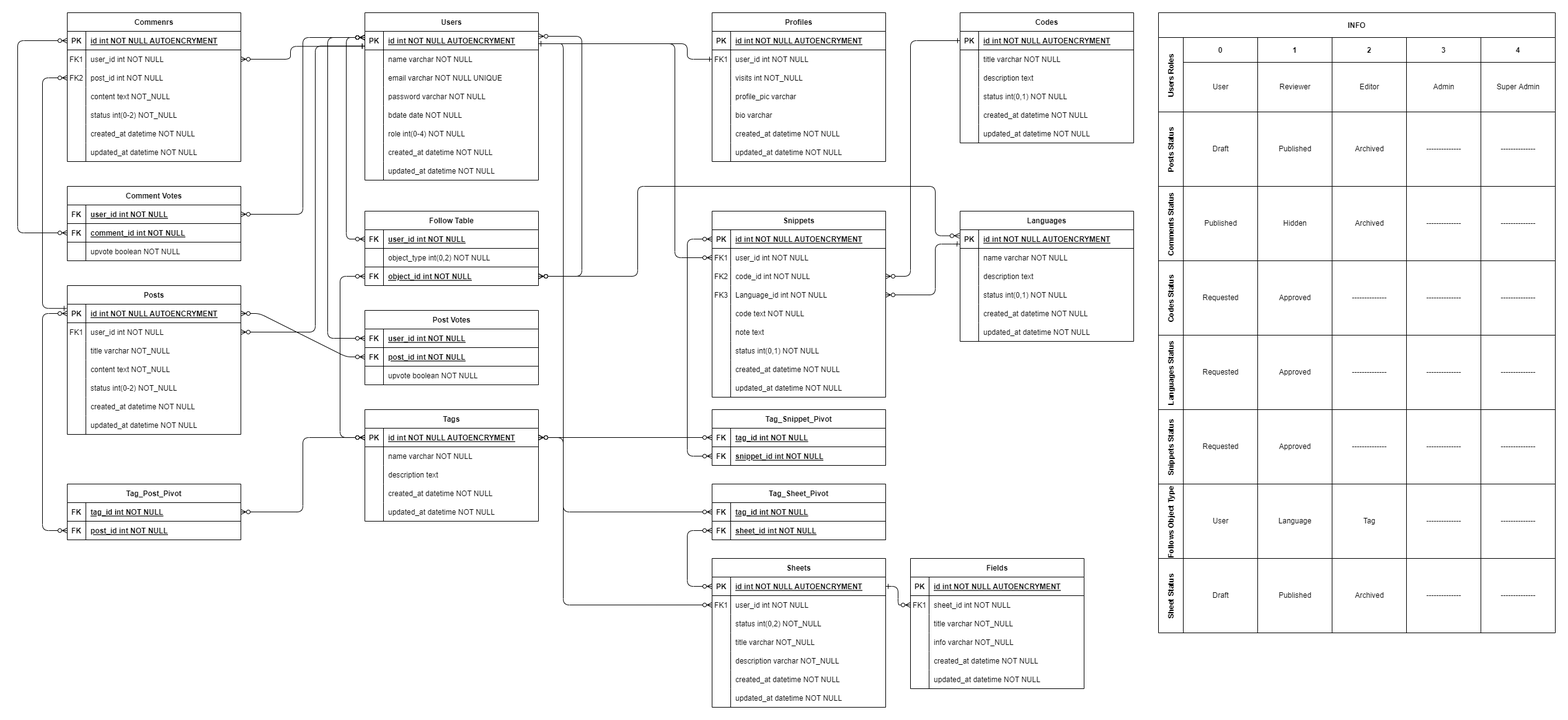
This is Discussion Files/ERD Diagram/Final ERD.png from Mahmoud217TR/grad-project, a draw.io export, as it was before one commit. Source tidied: cells renumbered, new cells last; positions are measured from the earlier drawing's top-left corner, leaving out a move shared by most shapes.
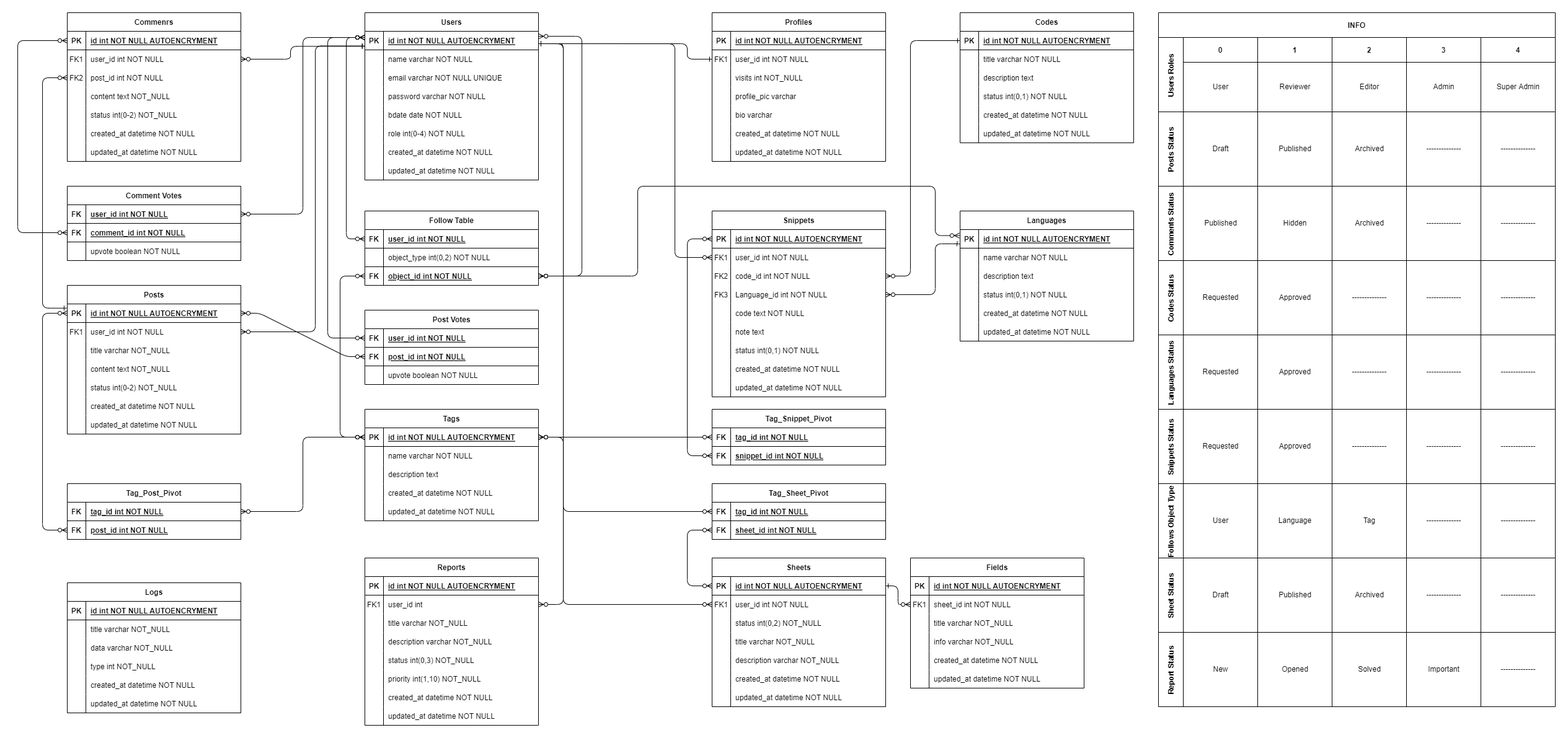
Above is the later version.

Commit message:
added reports & logs

What changed in the source:
```diff
@@ -580,7 +580,7 @@
       <mxGeometry x="30" width="250" height="30" as="geometry" />
     </mxCell>
     <mxCell id="182" value="INFO" style="shape=table;startSize=40;fontStyle=1;fontFamily=Helvetica;fontSize=12;fontColor=default;strokeColor=default;fillColor=none;" parent="1" vertex="1">
-      <mxGeometry x="1840" width="640" height="1000" as="geometry" />
+      <mxGeometry x="1840" width="640" height="1120" as="geometry" />
     </mxCell>
     <mxCell id="183" value="Users Roles" style="shape=tableRow;horizontal=0;startSize=40;swimlaneHead=0;swimlaneBody=0;top=0;left=0;bottom=0;right=0;fillColor=none;fontStyle=1;fontFamily=Helvetica;fontSize=12;fontColor=default;strokeColor=default;" parent="182" vertex="1">
       <mxGeometry y="40" width="640" height="120" as="geometry" />
@@ -846,6 +846,39 @@
     <mxCell id="270" style="swimlane;swimlaneHead=0;swimlaneBody=0;fontStyle=0;fillColor=none;startSize=0;fontStyle=1;fontFamily=Helvetica;fontSize=12;fontColor=default;strokeColor=default;" parent="260" vertex="1">
       <mxGeometry x="520" width="120" height="120" as="geometry" />
     </mxCell>
+    <mxCell id="379" value="Report Status" style="shape=tableRow;horizontal=0;startSize=40;swimlaneHead=0;swimlaneBody=0;top=0;left=0;bottom=0;right=0;fillColor=none;fontStyle=1;fontFamily=Helvetica;fontSize=12;fontColor=default;strokeColor=default;" parent="182" vertex="1">
+      <mxGeometry y="1000" width="640" height="120" as="geometry" />
+    </mxCell>
+    <mxCell id="380" style="swimlane;swimlaneHead=0;swimlaneBody=0;fontStyle=0;fillColor=none;startSize=0;fontStyle=1;fontFamily=Helvetica;fontSize=12;fontColor=default;strokeColor=default;" parent="379" vertex="1">
+      <mxGeometry x="40" width="120" height="120" as="geometry" />
+    </mxCell>
+    <mxCell id="381" style="swimlane;swimlaneHead=0;swimlaneBody=0;fontStyle=0;fillColor=none;startSize=0;fontStyle=1;fontFamily=Helvetica;fontSize=12;fontColor=default;strokeColor=default;" parent="379" vertex="1">
+      <mxGeometry x="160" width="120" height="120" as="geometry" />
+    </mxCell>
+    <mxCell id="382" value="New" style="text;html=1;align=center;verticalAlign=middle;strokeColor=none;fillColor=none;fontSize=12;fontFamily=Helvetica;fontColor=default;" parent="381" vertex="1">
+      <mxGeometry x="-80" y="50" width="40" height="20" as="geometry" />
+    </mxCell>
+    <mxCell id="383" value="Opened" style="text;html=1;align=center;verticalAlign=middle;strokeColor=none;fillColor=none;fontSize=12;fontFamily=Helvetica;fontColor=default;" parent="381" vertex="1">
+      <mxGeometry x="30" y="50" width="60" height="20" as="geometry" />
+    </mxCell>
+    <mxCell id="384" value="Solved" style="text;html=1;align=center;verticalAlign=middle;strokeColor=none;fillColor=none;fontSize=12;fontFamily=Helvetica;fontColor=default;" parent="381" vertex="1">
+      <mxGeometry x="155" y="50" width="50" height="20" as="geometry" />
+    </mxCell>
+    <mxCell id="385" value="Important" style="text;html=1;align=center;verticalAlign=middle;strokeColor=none;fillColor=none;fontSize=12;fontFamily=Helvetica;fontColor=default;" parent="381" vertex="1">
+      <mxGeometry x="265" y="50" width="70" height="20" as="geometry" />
+    </mxCell>
+    <mxCell id="386" value="--------------" style="text;html=1;align=center;verticalAlign=middle;strokeColor=none;fillColor=none;fontSize=12;fontFamily=Helvetica;fontColor=default;" parent="381" vertex="1">
+      <mxGeometry x="385" y="50" width="70" height="20" as="geometry" />
+    </mxCell>
+    <mxCell id="387" style="swimlane;swimlaneHead=0;swimlaneBody=0;fontStyle=0;fillColor=none;startSize=0;fontStyle=1;fontFamily=Helvetica;fontSize=12;fontColor=default;strokeColor=default;" parent="379" vertex="1">
+      <mxGeometry x="280" width="120" height="120" as="geometry" />
+    </mxCell>
+    <mxCell id="388" style="swimlane;swimlaneHead=0;swimlaneBody=0;fontStyle=0;fillColor=none;startSize=0;fontStyle=1;fontFamily=Helvetica;fontSize=12;fontColor=default;strokeColor=default;" parent="379" vertex="1">
+      <mxGeometry x="400" width="120" height="120" as="geometry" />
+    </mxCell>
+    <mxCell id="389" style="swimlane;swimlaneHead=0;swimlaneBody=0;fontStyle=0;fillColor=none;startSize=0;fontStyle=1;fontFamily=Helvetica;fontSize=12;fontColor=default;strokeColor=default;" parent="379" vertex="1">
+      <mxGeometry x="520" width="120" height="120" as="geometry" />
+    </mxCell>
     <mxCell id="271" value="Tag_Post_Pivot" style="shape=table;startSize=30;rowLines=0;fontStyle=1;align=center;" parent="1" vertex="1">
       <mxGeometry x="80" y="760" width="280" height="90" as="geometry" />
     </mxCell>
@@ -1237,5 +1270,146 @@
         </Array>
       </mxGeometry>
     </mxCell>
+    <mxCell id="390" value="Reports" style="shape=table;startSize=30;rowLines=0;fontStyle=1;align=center;" parent="1" vertex="1">
+      <mxGeometry x="560" y="880" width="280" height="270" as="geometry" />
+    </mxCell>
+    <mxCell id="391" style="shape=partialRectangle;fillColor=none;top=0;left=0;right=0;bottom=1;" parent="390" vertex="1">
+      <mxGeometry y="30" width="280" height="30" as="geometry" />
+    </mxCell>
+    <mxCell id="392" value="PK" style="shape=partialRectangle;overflow=hidden;fillColor=none;top=0;left=0;bottom=0;right=0;fontStyle=1;" parent="391" vertex="1">
+      <mxGeometry width="30" height="30" as="geometry" />
+    </mxCell>
+    <mxCell id="393" value="id int NOT NULL AUTOENCRYMENT" style="shape=partialRectangle;overflow=hidden;fillColor=none;top=0;left=0;bottom=0;right=0;align=left;spacingLeft=6;fontStyle=5;" parent="391" vertex="1">
+      <mxGeometry x="30" width="250" height="30" as="geometry" />
+    </mxCell>
+    <mxCell id="394" style="shape=partialRectangle;fillColor=none;points=[[0,0.5],[1,0.5]];portConstraint=eastwest;top=0;left=0;right=0;bottom=0;" parent="390" vertex="1">
+      <mxGeometry y="60" width="280" height="30" as="geometry" />
+    </mxCell>
+    <mxCell id="395" value="FK1" style="shape=partialRectangle;overflow=hidden;fillColor=none;top=0;left=0;bottom=0;right=0;" parent="394" vertex="1">
+      <mxGeometry width="30" height="30" as="geometry" />
+    </mxCell>
+    <mxCell id="396" value="user_id int" style="shape=partialRectangle;overflow=hidden;fillColor=none;top=0;left=0;bottom=0;right=0;align=left;spacingLeft=6;" parent="394" vertex="1">
+      <mxGeometry x="30" width="250" height="30" as="geometry" />
+    </mxCell>
+    <mxCell id="397" style="shape=partialRectangle;fillColor=none;top=0;left=0;right=0;bottom=0;" parent="390" vertex="1">
+      <mxGeometry y="90" width="280" height="30" as="geometry" />
+    </mxCell>
+    <mxCell id="398" style="shape=partialRectangle;overflow=hidden;fillColor=none;top=0;left=0;bottom=0;right=0;" parent="397" vertex="1">
+      <mxGeometry width="30" height="30" as="geometry" />
+    </mxCell>
+    <mxCell id="399" value="title varchar NOT_NULL" style="shape=partialRectangle;overflow=hidden;fillColor=none;top=0;left=0;bottom=0;right=0;align=left;spacingLeft=6;" parent="397" vertex="1">
+      <mxGeometry x="30" width="250" height="30" as="geometry" />
+    </mxCell>
+    <mxCell id="400" style="shape=partialRectangle;fillColor=none;top=0;left=0;right=0;bottom=0;" parent="390" vertex="1">
+      <mxGeometry y="120" width="280" height="30" as="geometry" />
+    </mxCell>
+    <mxCell id="401" style="shape=partialRectangle;overflow=hidden;fillColor=none;top=0;left=0;bottom=0;right=0;" parent="400" vertex="1">
+      <mxGeometry width="30" height="30" as="geometry" />
+    </mxCell>
+    <mxCell id="402" value="description varchar NOT_NULL" style="shape=partialRectangle;overflow=hidden;fillColor=none;top=0;left=0;bottom=0;right=0;align=left;spacingLeft=6;" parent="400" vertex="1">
+      <mxGeometry x="30" width="250" height="30" as="geometry" />
+    </mxCell>
+    <mxCell id="403" style="shape=partialRectangle;fillColor=none;top=0;left=0;right=0;bottom=0;" parent="390" vertex="1">
+      <mxGeometry y="150" width="280" height="30" as="geometry" />
+    </mxCell>
+    <mxCell id="404" style="shape=partialRectangle;overflow=hidden;fillColor=none;top=0;left=0;bottom=0;right=0;" parent="403" vertex="1">
+      <mxGeometry width="30" height="30" as="geometry" />
+    </mxCell>
+    <mxCell id="405" value="status int(0,3) NOT_NULL" style="shape=partialRectangle;overflow=hidden;fillColor=none;top=0;left=0;bottom=0;right=0;align=left;spacingLeft=6;" parent="403" vertex="1">
+      <mxGeometry x="30" width="250" height="30" as="geometry" />
+    </mxCell>
+    <mxCell id="406" style="shape=partialRectangle;fillColor=none;top=0;left=0;right=0;bottom=0;" parent="390" vertex="1">
+      <mxGeometry y="180" width="280" height="30" as="geometry" />
+    </mxCell>
+    <mxCell id="407" style="shape=partialRectangle;overflow=hidden;fillColor=none;top=0;left=0;bottom=0;right=0;" parent="406" vertex="1">
+      <mxGeometry width="30" height="30" as="geometry" />
+    </mxCell>
+    <mxCell id="408" value="priority int(1,10) NOT_NULL" style="shape=partialRectangle;overflow=hidden;fillColor=none;top=0;left=0;bottom=0;right=0;align=left;spacingLeft=6;" parent="406" vertex="1">
+      <mxGeometry x="30" width="250" height="30" as="geometry" />
+    </mxCell>
+    <mxCell id="409" style="shape=partialRectangle;fillColor=none;top=0;left=0;right=0;bottom=0;" parent="390" vertex="1">
+      <mxGeometry y="210" width="280" height="30" as="geometry" />
+    </mxCell>
+    <mxCell id="410" style="shape=partialRectangle;overflow=hidden;fillColor=none;top=0;left=0;bottom=0;right=0;" parent="409" vertex="1">
+      <mxGeometry width="30" height="30" as="geometry" />
+    </mxCell>
+    <mxCell id="411" value="created_at datetime NOT NULL" style="shape=partialRectangle;overflow=hidden;fillColor=none;top=0;left=0;bottom=0;right=0;align=left;spacingLeft=6;" parent="409" vertex="1">
+      <mxGeometry x="30" width="250" height="30" as="geometry" />
+    </mxCell>
+    <mxCell id="412" style="shape=partialRectangle;fillColor=none;top=0;left=0;right=0;bottom=0;" parent="390" vertex="1">
+      <mxGeometry y="240" width="280" height="30" as="geometry" />
+    </mxCell>
+    <mxCell id="413" style="shape=partialRectangle;overflow=hidden;fillColor=none;top=0;left=0;bottom=0;right=0;" parent="412" vertex="1">
+      <mxGeometry width="30" height="30" as="geometry" />
+    </mxCell>
+    <mxCell id="414" value="updated_at datetime NOT NULL" style="shape=partialRectangle;overflow=hidden;fillColor=none;top=0;left=0;bottom=0;right=0;align=left;spacingLeft=6;" parent="412" vertex="1">
+      <mxGeometry x="30" width="250" height="30" as="geometry" />
+    </mxCell>
+    <mxCell id="415" style="edgeStyle=orthogonalEdgeStyle;rounded=1;jettySize=auto;html=1;exitX=1;exitY=0.5;exitDx=0;exitDy=0;endArrow=ERone;endFill=0;startArrow=ERzeroToMany;startFill=0;" parent="1" edge="1" source="394">
+      <mxGeometry relative="1" as="geometry">
+        <mxPoint x="840" y="50" as="targetPoint" />
+        <Array as="points">
+          <mxPoint x="880" y="955" />
+          <mxPoint x="880" y="50" />
+        </Array>
+      </mxGeometry>
+    </mxCell>
+    <mxCell id="416" value="Logs" style="shape=table;startSize=30;rowLines=0;fontStyle=1;align=center;" parent="1" vertex="1">
+      <mxGeometry x="80" y="920" width="280" height="210" as="geometry" />
+    </mxCell>
+    <mxCell id="417" style="shape=partialRectangle;fillColor=none;top=0;left=0;right=0;bottom=1;" parent="416" vertex="1">
+      <mxGeometry y="30" width="280" height="30" as="geometry" />
+    </mxCell>
+    <mxCell id="418" value="PK" style="shape=partialRectangle;overflow=hidden;fillColor=none;top=0;left=0;bottom=0;right=0;fontStyle=1;" parent="417" vertex="1">
+      <mxGeometry width="30" height="30" as="geometry" />
+    </mxCell>
+    <mxCell id="419" value="id int NOT NULL AUTOENCRYMENT" style="shape=partialRectangle;overflow=hidden;fillColor=none;top=0;left=0;bottom=0;right=0;align=left;spacingLeft=6;fontStyle=5;" parent="417" vertex="1">
+      <mxGeometry x="30" width="250" height="30" as="geometry" />
+    </mxCell>
+    <mxCell id="420" style="shape=partialRectangle;fillColor=none;top=0;left=0;right=0;bottom=0;" parent="416" vertex="1">
+      <mxGeometry y="60" width="280" height="30" as="geometry" />
+    </mxCell>
+    <mxCell id="421" style="shape=partialRectangle;overflow=hidden;fillColor=none;top=0;left=0;bottom=0;right=0;" parent="420" vertex="1">
+      <mxGeometry width="30" height="30" as="geometry" />
+    </mxCell>
+    <mxCell id="422" value="title varchar NOT_NULL" style="shape=partialRectangle;overflow=hidden;fillColor=none;top=0;left=0;bottom=0;right=0;align=left;spacingLeft=6;" parent="420" vertex="1">
+      <mxGeometry x="30" width="250" height="30" as="geometry" />
+    </mxCell>
+    <mxCell id="423" style="shape=partialRectangle;fillColor=none;top=0;left=0;right=0;bottom=0;" parent="416" vertex="1">
+      <mxGeometry y="90" width="280" height="30" as="geometry" />
+    </mxCell>
+    <mxCell id="424" style="shape=partialRectangle;overflow=hidden;fillColor=none;top=0;left=0;bottom=0;right=0;" parent="423" vertex="1">
+      <mxGeometry width="30" height="30" as="geometry" />
+    </mxCell>
+    <mxCell id="425" value="data varchar NOT_NULL" style="shape=partialRectangle;overflow=hidden;fillColor=none;top=0;left=0;bottom=0;right=0;align=left;spacingLeft=6;" parent="423" vertex="1">
+      <mxGeometry x="30" width="250" height="30" as="geometry" />
+    </mxCell>
+    <mxCell id="426" style="shape=partialRectangle;fillColor=none;top=0;left=0;right=0;bottom=0;" parent="416" vertex="1">
+      <mxGeometry y="120" width="280" height="30" as="geometry" />
+    </mxCell>
+    <mxCell id="427" style="shape=partialRectangle;overflow=hidden;fillColor=none;top=0;left=0;bottom=0;right=0;" parent="426" vertex="1">
+      <mxGeometry width="30" height="30" as="geometry" />
+    </mxCell>
+    <mxCell id="428" value="type int NOT_NULL" style="shape=partialRectangle;overflow=hidden;fillColor=none;top=0;left=0;bottom=0;right=0;align=left;spacingLeft=6;" parent="426" vertex="1">
+      <mxGeometry x="30" width="250" height="30" as="geometry" />
+    </mxCell>
+    <mxCell id="429" style="shape=partialRectangle;fillColor=none;top=0;left=0;right=0;bottom=0;" parent="416" vertex="1">
+      <mxGeometry y="150" width="280" height="30" as="geometry" />
+    </mxCell>
+    <mxCell id="430" style="shape=partialRectangle;overflow=hidden;fillColor=none;top=0;left=0;bottom=0;right=0;" parent="429" vertex="1">
+      <mxGeometry width="30" height="30" as="geometry" />
+    </mxCell>
+    <mxCell id="431" value="created_at datetime NOT NULL" style="shape=partialRectangle;overflow=hidden;fillColor=none;top=0;left=0;bottom=0;right=0;align=left;spacingLeft=6;" parent="429" vertex="1">
+      <mxGeometry x="30" width="250" height="30" as="geometry" />
+    </mxCell>
+    <mxCell id="432" style="shape=partialRectangle;fillColor=none;top=0;left=0;right=0;bottom=0;" parent="416" vertex="1">
+      <mxGeometry y="180" width="280" height="30" as="geometry" />
+    </mxCell>
+    <mxCell id="433" style="shape=partialRectangle;overflow=hidden;fillColor=none;top=0;left=0;bottom=0;right=0;" parent="432" vertex="1">
+      <mxGeometry width="30" height="30" as="geometry" />
+    </mxCell>
+    <mxCell id="434" value="updated_at datetime NOT NULL" style="shape=partialRectangle;overflow=hidden;fillColor=none;top=0;left=0;bottom=0;right=0;align=left;spacingLeft=6;" parent="432" vertex="1">
+      <mxGeometry x="30" width="250" height="30" as="geometry" />
+    </mxCell>
   </root>
 </mxGraphModel>
```
